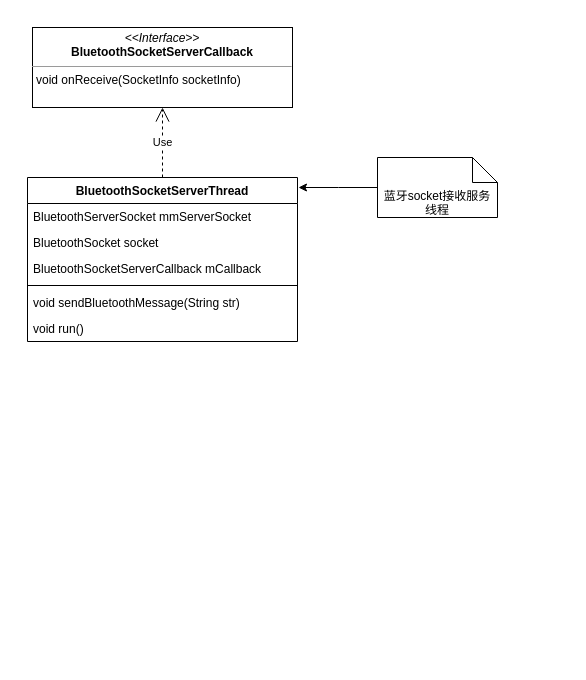
Earlier version of the draw.io diagram mbluetooth框架设计类图1.drawio (ColonelDarcy2018/excelsior). Source tidied: cells renumbered, new cells numbered last; positions are measured from the earlier drawing's top-left corner, leaving out a move shared by most shapes. Both pictures are drawn from the tidied source at 100%, with x=0, y=0 at pixel (27, 27).
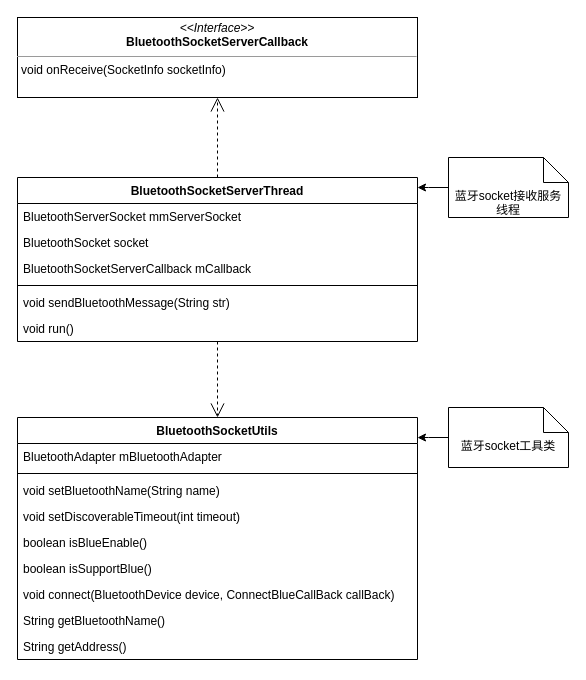
After the change.

Commit message:
Update mbluetooth框架设计类图1.drawio

What changed in the source:
```diff
@@
     <mxCell id="2" value="BluetoothSocketServerThread" style="swimlane;fontStyle=1;align=center;verticalAlign=top;horizontal=1;startSize=26;" parent="1" vertex="1">
-      <mxGeometry y="150" width="270" height="164" as="geometry" />
+      <mxGeometry x="-10" y="150" width="400" height="164" as="geometry" />
     </mxCell>
     <mxCell id="3" value="BluetoothServerSocket mmServerSocket" style="text;strokeColor=none;fillColor=none;align=left;verticalAlign=top;spacingLeft=4;spacingRight=4;overflow=hidden;" parent="2" vertex="1">
-      <mxGeometry y="26" width="270" height="26" as="geometry" />
+      <mxGeometry y="26" width="400" height="26" as="geometry" />
     </mxCell>
     <mxCell id="4" value="BluetoothSocket socket" style="text;strokeColor=none;fillColor=none;align=left;verticalAlign=top;spacingLeft=4;spacingRight=4;overflow=hidden;" parent="2" vertex="1">
-      <mxGeometry y="52" width="270" height="26" as="geometry" />
+      <mxGeometry y="52" width="400" height="26" as="geometry" />
     </mxCell>
     <mxCell id="5" value="BluetoothSocketServerCallback mCallback" style="text;strokeColor=none;fillColor=none;align=left;verticalAlign=top;spacingLeft=4;spacingRight=4;overflow=hidden;" parent="2" vertex="1">
-      <mxGeometry y="78" width="270" height="26" as="geometry" />
+      <mxGeometry y="78" width="400" height="26" as="geometry" />
     </mxCell>
     <mxCell id="6" style="line;strokeWidth=1;fillColor=none;align=left;verticalAlign=middle;spacingTop=-1;spacingLeft=3;spacingRight=3;labelPosition=right;" parent="2" vertex="1">
-      <mxGeometry y="104" width="270" height="8" as="geometry" />
+      <mxGeometry y="104" width="400" height="8" as="geometry" />
     </mxCell>
     <mxCell id="7" value="void sendBluetoothMessage(String str)" style="text;strokeColor=none;fillColor=none;align=left;verticalAlign=top;spacingLeft=4;spacingRight=4;overflow=hidden;" parent="2" vertex="1">
-      <mxGeometry y="112" width="270" height="26" as="geometry" />
+      <mxGeometry y="112" width="400" height="26" as="geometry" />
     </mxCell>
     <mxCell id="8" value="void run()" style="text;strokeColor=none;fillColor=none;align=left;verticalAlign=top;spacingLeft=4;spacingRight=4;overflow=hidden;" parent="2" vertex="1">
-      <mxGeometry y="138" width="270" height="26" as="geometry" />
+      <mxGeometry y="138" width="400" height="26" as="geometry" />
     </mxCell>
     <mxCell id="9" style="edgeStyle=orthogonalEdgeStyle;rounded=0;jettySize=auto;html=1;" parent="1" edge="1" source="10">
       <mxGeometry relative="1" as="geometry">
-        <mxPoint x="271" y="160" as="targetPoint" />
+        <mxPoint x="390" y="160" as="targetPoint" />
       </mxGeometry>
     </mxCell>
     <mxCell id="10" value="蓝牙socket接收服务线程" style="shape=note2;boundedLbl=1;whiteSpace=wrap;html=1;size=25;verticalAlign=top;align=center;" parent="1" vertex="1">
-      <mxGeometry x="350" y="130" width="120" height="60" as="geometry" />
+      <mxGeometry x="421" y="130" width="120" height="60" as="geometry" />
     </mxCell>
     <mxCell id="11" value="&lt;p style=&quot;margin: 0px ; margin-top: 4px ; text-align: center&quot;&gt;&lt;i&gt;&amp;lt;&amp;lt;Interface&amp;gt;&amp;gt;&lt;/i&gt;&lt;br&gt;&lt;b&gt;BluetoothSocketServerCallback&lt;/b&gt;&lt;br&gt;&lt;/p&gt;&lt;hr size=&quot;1&quot;&gt;&lt;p style=&quot;margin: 0px ; margin-left: 4px&quot;&gt;void onReceive(SocketInfo socketInfo)&lt;br&gt;&lt;/p&gt;" style="verticalAlign=top;align=left;overflow=fill;fontSize=12;fontFamily=Helvetica;html=1;" parent="1" vertex="1">
-      <mxGeometry x="5" width="260" height="80" as="geometry" />
+      <mxGeometry x="-10" y="-10" width="400" height="80" as="geometry" />
     </mxCell>
-    <mxCell id="12" value="Use" style="endArrow=open;endSize=12;dashed=1;html=1;" parent="1" edge="1" source="2" target="11">
+    <mxCell id="12" style="endArrow=open;endSize=12;dashed=1;html=1;" parent="1" edge="1" source="2" target="11">
       <mxGeometry relative="1" as="geometry" />
     </mxCell>
+    <mxCell id="13" value="BluetoothSocketUtils" style="swimlane;fontStyle=1;align=center;verticalAlign=top;horizontal=1;startSize=26;" parent="1" vertex="1">
+      <mxGeometry x="-10" y="390" width="400" height="242" as="geometry" />
+    </mxCell>
+    <mxCell id="14" value="BluetoothAdapter mBluetoothAdapter" style="text;strokeColor=none;fillColor=none;align=left;verticalAlign=top;spacingLeft=4;spacingRight=4;overflow=hidden;" parent="13" vertex="1">
+      <mxGeometry y="26" width="400" height="26" as="geometry" />
+    </mxCell>
+    <mxCell id="15" style="line;strokeWidth=1;fillColor=none;align=left;verticalAlign=middle;spacingTop=-1;spacingLeft=3;spacingRight=3;labelPosition=right;" parent="13" vertex="1">
+      <mxGeometry y="52" width="400" height="8" as="geometry" />
+    </mxCell>
+    <mxCell id="16" value="void setBluetoothName(String name)" style="text;strokeColor=none;fillColor=none;align=left;verticalAlign=top;spacingLeft=4;spacingRight=4;overflow=hidden;" parent="13" vertex="1">
+      <mxGeometry y="60" width="400" height="26" as="geometry" />
+    </mxCell>
+    <mxCell id="17" value="void setDiscoverableTimeout(int timeout)" style="text;strokeColor=none;fillColor=none;align=left;verticalAlign=top;spacingLeft=4;spacingRight=4;overflow=hidden;" parent="13" vertex="1">
+      <mxGeometry y="86" width="400" height="26" as="geometry" />
+    </mxCell>
+    <mxCell id="18" value="boolean isBlueEnable()" style="text;strokeColor=none;fillColor=none;align=left;verticalAlign=top;spacingLeft=4;spacingRight=4;overflow=hidden;" parent="13" vertex="1">
+      <mxGeometry y="112" width="400" height="26" as="geometry" />
+    </mxCell>
+    <mxCell id="19" value="boolean isSupportBlue()" style="text;strokeColor=none;fillColor=none;align=left;verticalAlign=top;spacingLeft=4;spacingRight=4;overflow=hidden;" parent="13" vertex="1">
+      <mxGeometry y="138" width="400" height="26" as="geometry" />
+    </mxCell>
+    <mxCell id="20" value="void connect(BluetoothDevice device, ConnectBlueCallBack callBack)" style="text;strokeColor=none;fillColor=none;align=left;verticalAlign=top;spacingLeft=4;spacingRight=4;overflow=hidden;" parent="13" vertex="1">
+      <mxGeometry y="164" width="400" height="26" as="geometry" />
+    </mxCell>
+    <mxCell id="21" value="String getBluetoothName()" style="text;strokeColor=none;fillColor=none;align=left;verticalAlign=top;spacingLeft=4;spacingRight=4;overflow=hidden;" parent="13" vertex="1">
+      <mxGeometry y="190" width="400" height="26" as="geometry" />
+    </mxCell>
+    <mxCell id="22" value="String getAddress()" style="text;strokeColor=none;fillColor=none;align=left;verticalAlign=top;spacingLeft=4;spacingRight=4;overflow=hidden;" parent="13" vertex="1">
+      <mxGeometry y="216" width="400" height="26" as="geometry" />
+    </mxCell>
+    <mxCell id="23" style="edgeStyle=orthogonalEdgeStyle;rounded=0;jettySize=auto;html=1;entryX=1;entryY=0.083;entryDx=0;entryDy=0;entryPerimeter=0;" parent="1" edge="1" source="24" target="13">
+      <mxGeometry relative="1" as="geometry" />
+    </mxCell>
+    <mxCell id="24" value="蓝牙socket工具类" style="shape=note2;boundedLbl=1;whiteSpace=wrap;html=1;size=25;verticalAlign=top;align=center;" parent="1" vertex="1">
+      <mxGeometry x="421" y="380" width="120" height="60" as="geometry" />
+    </mxCell>
+    <mxCell id="25" style="endArrow=open;endSize=12;dashed=1;html=1;" parent="1" edge="1" source="2" target="13">
+      <mxGeometry relative="1" as="geometry" />
+    </mxCell>
```
